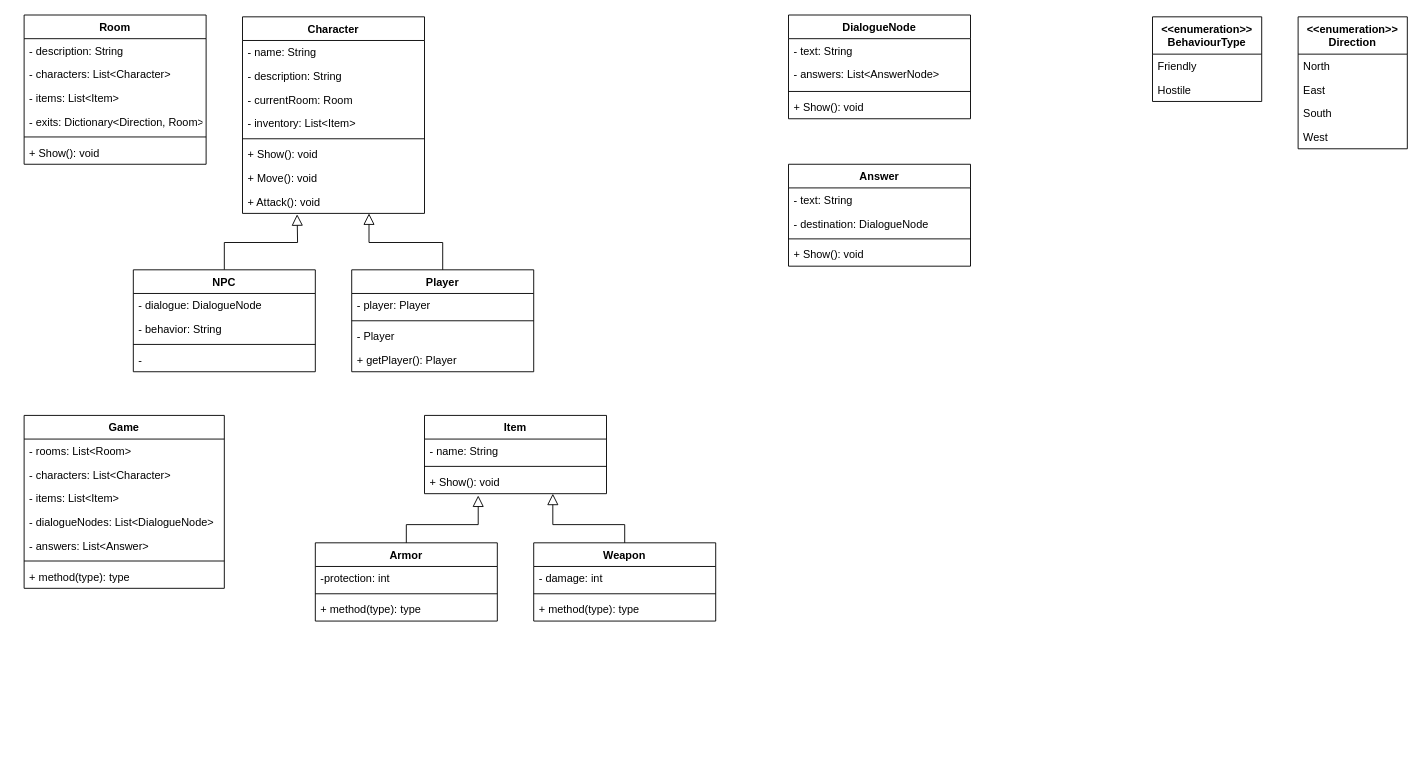
The draw.io diagram page "Classes" (2 of 3) of Diagrams/Legends of Antir Diagrams.drawio in qogoist/LegendsOfAntir, before the edit. Source tidied: cells renumbered, new cells numbered last; positions are measured from the earlier drawing's top-left corner, leaving out a move shared by most shapes. Both pictures are drawn from the tidied source at 91%, with x=0, y=0 at pixel (24, 15).
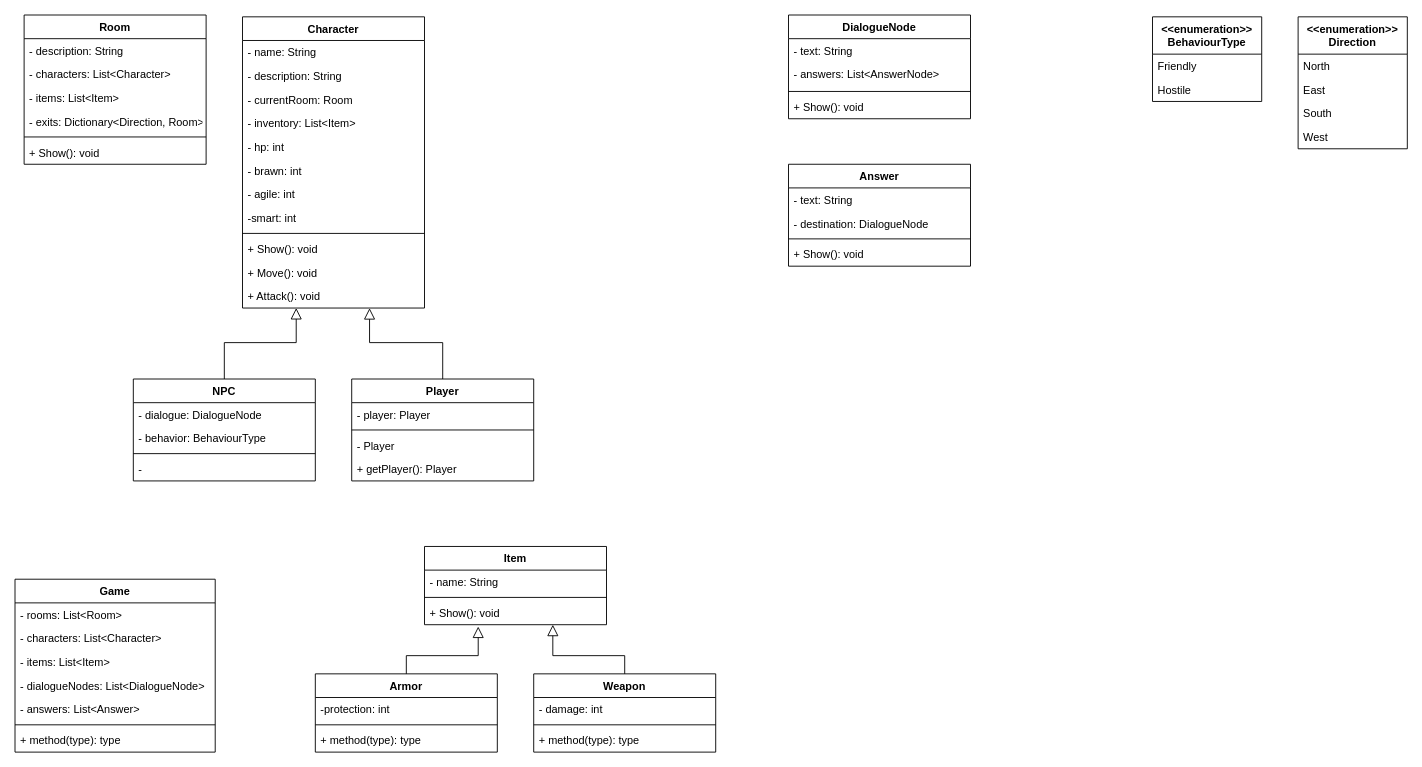
Above is the later version.

The change refers to these unchanged cells:
```xml
<mxCell id="37" value="+ Show(): void" style="text;strokeColor=none;fillColor=none;align=left;verticalAlign=top;spacingLeft=4;spacingRight=4;overflow=hidden;points=[[0,0.5],[1,0.5]];portConstraint=eastwest;" parent="34" vertex="1">
  <mxGeometry y="60" width="200" height="26" as="geometry" />
</mxCell>
```

What changed in the source:
```diff
@@
     <mxCell id="9" value="Character" style="swimlane;fontStyle=1;align=center;verticalAlign=top;horizontal=1;startSize=26;" parent="1" vertex="1">
-      <mxGeometry x="240" y="2" width="200" height="216" as="geometry" />
+      <mxGeometry x="240" y="2" width="200" height="320" as="geometry" />
     </mxCell>
@@
+    <mxCell id="70" value="- hp: int" style="text;strokeColor=none;fillColor=none;align=left;verticalAlign=top;spacingLeft=4;spacingRight=4;overflow=hidden;" parent="9" vertex="1">
+      <mxGeometry y="130" width="200" height="26" as="geometry" />
+    </mxCell>
+    <mxCell id="71" value="- brawn: int" style="text;strokeColor=none;fillColor=none;align=left;verticalAlign=top;spacingLeft=4;spacingRight=4;overflow=hidden;" parent="9" vertex="1">
+      <mxGeometry y="156" width="200" height="26" as="geometry" />
+    </mxCell>
+    <mxCell id="72" value="- agile: int" style="text;strokeColor=none;fillColor=none;align=left;verticalAlign=top;spacingLeft=4;spacingRight=4;overflow=hidden;" parent="9" vertex="1">
+      <mxGeometry y="182" width="200" height="26" as="geometry" />
+    </mxCell>
+    <mxCell id="73" value="-smart: int" style="text;strokeColor=none;fillColor=none;align=left;verticalAlign=top;spacingLeft=4;spacingRight=4;overflow=hidden;" parent="9" vertex="1">
+      <mxGeometry y="208" width="200" height="26" as="geometry" />
+    </mxCell>
     <mxCell id="14" style="line;strokeWidth=1;fillColor=none;align=left;verticalAlign=middle;spacingTop=-1;spacingLeft=3;spacingRight=3;labelPosition=right;" parent="9" vertex="1">
-      <mxGeometry y="130" width="200" height="8" as="geometry" />
+      <mxGeometry y="234" width="200" height="8" as="geometry" />
     </mxCell>
     <mxCell id="15" value="+ Show(): void" style="text;strokeColor=none;fillColor=none;align=left;verticalAlign=top;spacingLeft=4;spacingRight=4;overflow=hidden;" parent="9" vertex="1">
-      <mxGeometry y="138" width="200" height="26" as="geometry" />
+      <mxGeometry y="242" width="200" height="26" as="geometry" />
     </mxCell>
     <mxCell id="16" value="+ Move(): void" style="text;strokeColor=none;fillColor=none;align=left;verticalAlign=top;spacingLeft=4;spacingRight=4;overflow=hidden;" parent="9" vertex="1">
-      <mxGeometry y="164" width="200" height="26" as="geometry" />
+      <mxGeometry y="268" width="200" height="26" as="geometry" />
     </mxCell>
     <mxCell id="17" value="+ Attack(): void" style="text;strokeColor=none;fillColor=none;align=left;verticalAlign=top;spacingLeft=4;spacingRight=4;overflow=hidden;points=[[0,0.5],[1,0.5]];portConstraint=eastwest;fontSize=12;" parent="9" vertex="1">
-      <mxGeometry y="190" width="200" height="26" as="geometry" />
+      <mxGeometry y="294" width="200" height="26" as="geometry" />
     </mxCell>
-    <mxCell id="18" style="edgeStyle=orthogonalEdgeStyle;rounded=0;jettySize=auto;html=1;endArrow=block;endFill=0;endSize=10;" parent="1" edge="1" source="19">
+    <mxCell id="18" style="edgeStyle=orthogonalEdgeStyle;rounded=0;jettySize=auto;html=1;endArrow=block;endFill=0;endSize=10;entryX=0.295;entryY=0.998;entryDx=0;entryDy=0;entryPerimeter=0;" parent="1" edge="1" source="19" target="17">
       <mxGeometry relative="1" as="geometry">
-        <mxPoint x="300" y="219" as="targetPoint" />
+        <Array as="points">
+          <mxPoint x="220" y="360" />
+          <mxPoint x="299" y="360" />
+        </Array>
       </mxGeometry>
     </mxCell>
     <mxCell id="19" value="NPC" style="swimlane;fontStyle=1;align=center;verticalAlign=top;horizontal=1;startSize=26;" parent="1" vertex="1">
-      <mxGeometry x="120" y="280" width="200" height="112" as="geometry" />
+      <mxGeometry x="120" y="400" width="200" height="112" as="geometry" />
     </mxCell>
@@
-    <mxCell id="21" value="- behavior: String" style="text;strokeColor=none;fillColor=none;align=left;verticalAlign=top;spacingLeft=4;spacingRight=4;overflow=hidden;fontSize=12;" parent="19" vertex="1">
+    <mxCell id="21" value="- behavior: BehaviourType" style="text;strokeColor=none;fillColor=none;align=left;verticalAlign=top;spacingLeft=4;spacingRight=4;overflow=hidden;fontSize=12;" parent="19" vertex="1">
       <mxGeometry y="52" width="200" height="26" as="geometry" />
     </mxCell>
@@
     <mxCell id="34" value="Item" style="swimlane;fontStyle=1;align=center;verticalAlign=top;horizontal=1;startSize=26;fillColor=none;" parent="1" vertex="1">
-      <mxGeometry x="440" y="440" width="200" height="86" as="geometry" />
+      <mxGeometry x="440" y="584" width="200" height="86" as="geometry" />
     </mxCell>
@@
     <mxCell id="38" value="Game" style="swimlane;fontStyle=1;align=center;verticalAlign=top;horizontal=1;startSize=26;fillColor=none;" parent="1" vertex="1">
-      <mxGeometry y="440" width="220" height="190" as="geometry" />
+      <mxGeometry x="-10" y="620" width="220" height="190" as="geometry" />
     </mxCell>
@@
-    <mxCell id="46" style="edgeStyle=orthogonalEdgeStyle;rounded=0;jettySize=auto;html=1;endArrow=block;endFill=0;endSize=10;entryX=0.695;entryY=1;entryDx=0;entryDy=0;entryPerimeter=0;" parent="1" edge="1" source="47" target="17">
+    <mxCell id="46" style="edgeStyle=orthogonalEdgeStyle;rounded=0;jettySize=auto;html=1;endArrow=block;endFill=0;endSize=10;entryX=0.698;entryY=1.004;entryDx=0;entryDy=0;entryPerimeter=0;" parent="1" edge="1" source="47" target="17">
       <mxGeometry relative="1" as="geometry">
         <Array as="points">
-          <mxPoint x="460" y="250" />
-          <mxPoint x="379" y="250" />
+          <mxPoint x="460" y="360" />
+          <mxPoint x="380" y="360" />
         </Array>
       </mxGeometry>
     </mxCell>
     <mxCell id="47" value="Player" style="swimlane;fontStyle=1;align=center;verticalAlign=top;horizontal=1;startSize=26;fillColor=none;" parent="1" vertex="1">
-      <mxGeometry x="360" y="280" width="200" height="112" as="geometry" />
+      <mxGeometry x="360" y="400" width="200" height="112" as="geometry" />
     </mxCell>
@@
     <mxCell id="60" style="edgeStyle=orthogonalEdgeStyle;rounded=0;jettySize=auto;html=1;endArrow=block;endFill=0;endSize=10;entryX=0.295;entryY=1.077;entryDx=0;entryDy=0;entryPerimeter=0;" parent="1" edge="1" source="61" target="37">
       <mxGeometry relative="1" as="geometry">
         <Array as="points">
-          <mxPoint x="420" y="560" />
-          <mxPoint x="499" y="560" />
+          <mxPoint x="420" y="704" />
+          <mxPoint x="499" y="704" />
         </Array>
       </mxGeometry>
     </mxCell>
     <mxCell id="61" value="Armor" style="swimlane;fontStyle=1;align=center;verticalAlign=top;horizontal=1;startSize=26;fillColor=none;" parent="1" vertex="1">
-      <mxGeometry x="320" y="580" width="200" height="86" as="geometry" />
+      <mxGeometry x="320" y="724" width="200" height="86" as="geometry" />
     </mxCell>
@@
     <mxCell id="65" style="edgeStyle=orthogonalEdgeStyle;rounded=0;jettySize=auto;html=1;entryX=0.705;entryY=1;entryDx=0;entryDy=0;entryPerimeter=0;endArrow=block;endFill=0;endSize=10;" parent="1" edge="1" source="66" target="37">
       <mxGeometry relative="1" as="geometry">
         <Array as="points">
-          <mxPoint x="660" y="560" />
-          <mxPoint x="581" y="560" />
+          <mxPoint x="660" y="704" />
+          <mxPoint x="581" y="704" />
         </Array>
       </mxGeometry>
     </mxCell>
     <mxCell id="66" value="Weapon" style="swimlane;fontStyle=1;align=center;verticalAlign=top;horizontal=1;startSize=26;fillColor=none;" parent="1" vertex="1">
-      <mxGeometry x="560" y="580" width="200" height="86" as="geometry" />
+      <mxGeometry x="560" y="724" width="200" height="86" as="geometry" />
     </mxCell>
```
